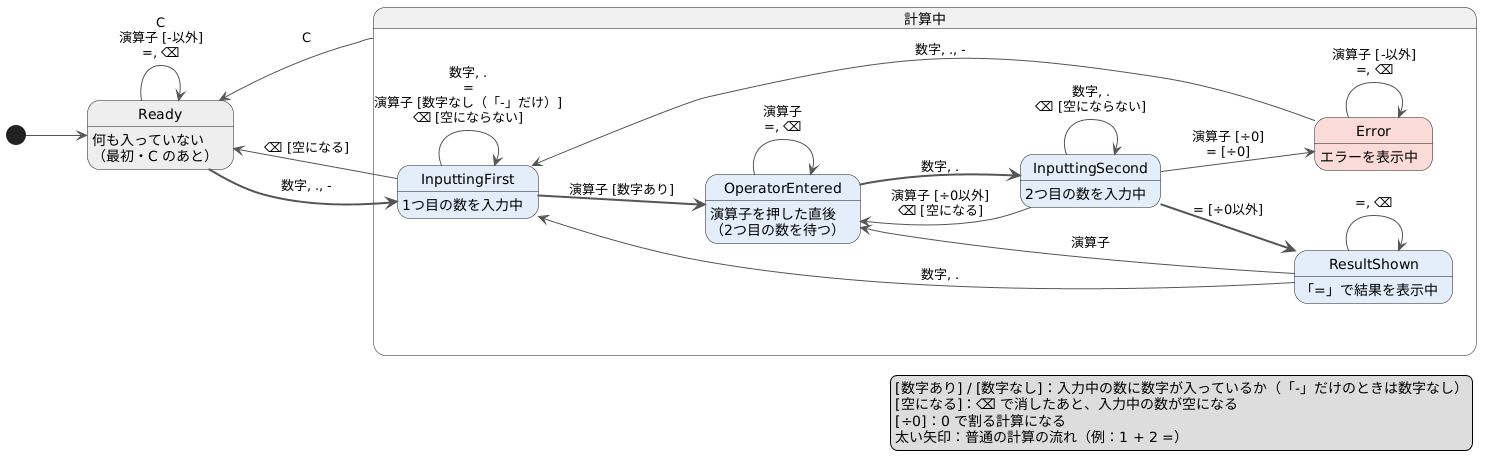
The PlantUML diagram docs/状態遷移図.png in ryutaro-code/calculator-refactor, before a commit.
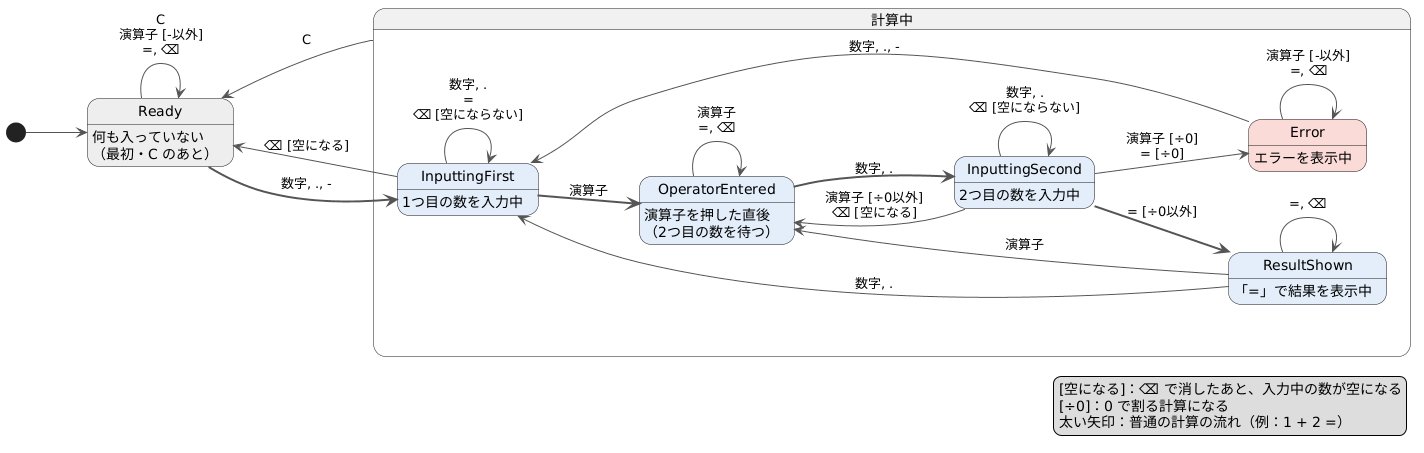
The same diagram one commit later.

Commit message:
docs: 状態遷移図の演算子の矢印を1本にまとめる

講師のレビューを受けて、InputtingFirst で演算子を押したときの矢印を [数字あり] / [数字なし] で分けるのをやめ、OperatorEntered への1本にした。矢印の名前にはイベント（押したボタン）だけを書き、「-」の直後も数字の直後と同じ扱いにする。凡例と画像も合わせて更新した。

What changed in the source:
```diff
@@ -26,8 +26,8 @@
 Ready --> Ready : C\n演算子 [-以外]\n&#61;, ⌫
 Ready -[bold]-> InputtingFirst : 数字, ., -
 Ready <-- InputtingFirst : ⌫ [空になる]
-InputtingFirst --> InputtingFirst : 数字, .\n&#61;\n演算子 [数字なし（「-」だけ）]\n⌫ [空にならない]
-InputtingFirst -[bold]-> OperatorEntered : 演算子 [数字あり]
+InputtingFirst --> InputtingFirst : 数字, .\n&#61;\n⌫ [空にならない]
+InputtingFirst -[bold]-> OperatorEntered : 演算子
 OperatorEntered --> OperatorEntered : 演算子\n&#61;, ⌫
 OperatorEntered -[bold]-> InputtingSecond : 数字, .
 InputtingSecond --> InputtingSecond : 数字, .\n⌫ [空にならない]
@@ -41,7 +41,6 @@
 Error --> Error : 演算子 [-以外]\n&#61;, ⌫
 
 legend right
-  [数字あり] / [数字なし]：入力中の数に数字が入っているか（「-」だけのときは数字なし）
   [空になる]：⌫ で消したあと、入力中の数が空になる
   [÷0]：0 で割る計算になる
   太い矢印：普通の計算の流れ（例：1 + 2 =）
```
